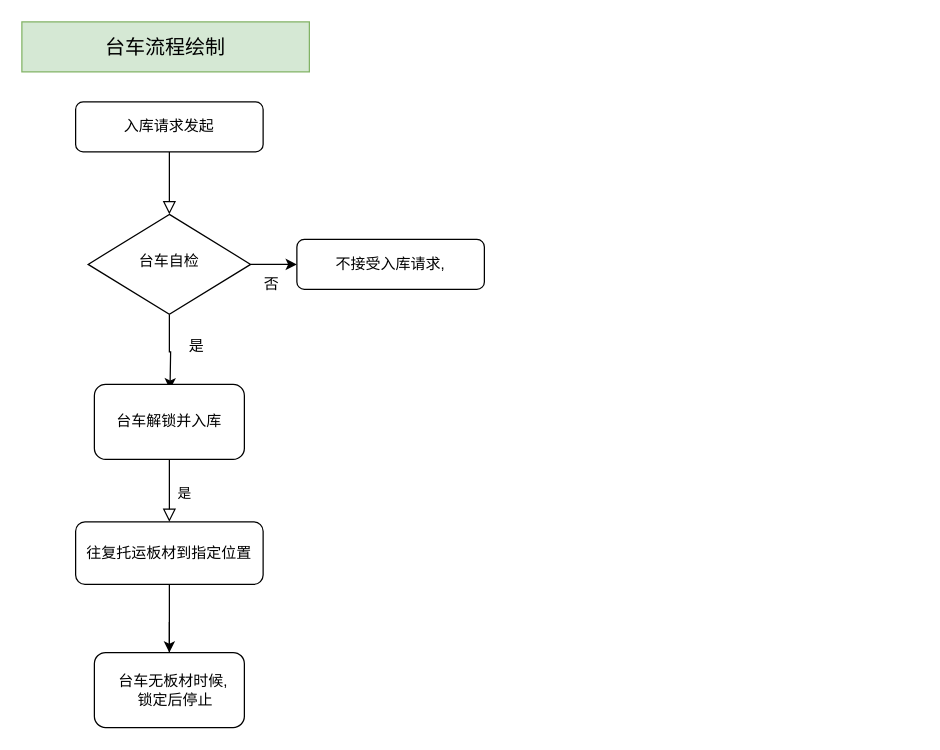
Earlier version of the draw.io diagram 未命名绘图.drawio (xiaoDingc/awesome-job). Source tidied: cells renumbered, new cells numbered last; positions are measured from the earlier drawing's top-left corner, leaving out a move shared by most shapes. Both pictures are drawn from the tidied source at 125%, with x=0, y=0 at pixel (21, 21).
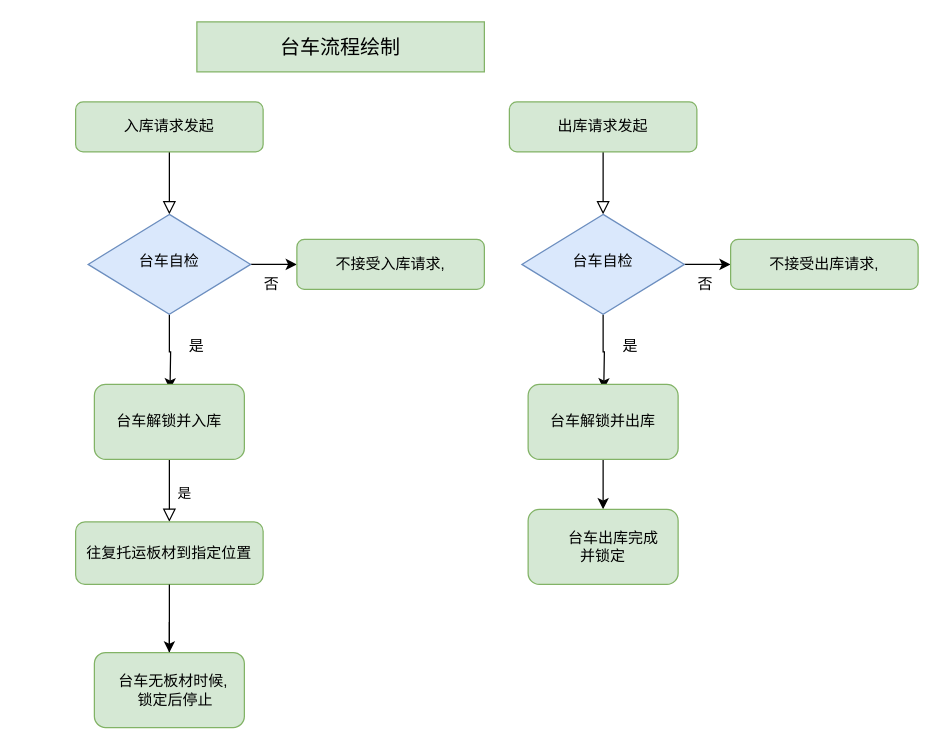
After the change.

Commit message (it also covers changes not shown here):
台车流程绘制.drawio

Diff of the diagram source:
```diff
@@
-    <mxCell id="3" value="入库请求发起" style="rounded=1;whiteSpace=wrap;html=1;fontSize=12;glass=0;strokeWidth=1;shadow=0;" parent="1" vertex="1">
+    <mxCell id="3" value="入库请求发起" style="rounded=1;whiteSpace=wrap;html=1;fontSize=12;glass=0;strokeWidth=1;shadow=0;fillColor=#d5e8d4;strokeColor=#82b366;" parent="1" vertex="1">
       <mxGeometry x="43" y="64" width="150" height="40" as="geometry" />
     </mxCell>
@@
-    <mxCell id="6" value="台车自检" style="rhombus;whiteSpace=wrap;html=1;shadow=0;fontFamily=Helvetica;fontSize=12;align=center;strokeWidth=1;spacing=6;spacingTop=-4;" parent="1" vertex="1">
+    <mxCell id="6" value="台车自检" style="rhombus;whiteSpace=wrap;html=1;shadow=0;fontFamily=Helvetica;fontSize=12;align=center;strokeWidth=1;spacing=6;spacingTop=-4;fillColor=#dae8fc;strokeColor=#6c8ebf;" parent="1" vertex="1">
       <mxGeometry x="53" y="154" width="130" height="80" as="geometry" />
     </mxCell>
-    <mxCell id="7" value="不接受入库请求," style="rounded=1;whiteSpace=wrap;html=1;fontSize=12;glass=0;strokeWidth=1;shadow=0;" parent="1" vertex="1">
+    <mxCell id="7" value="不接受入库请求," style="rounded=1;whiteSpace=wrap;html=1;fontSize=12;glass=0;strokeWidth=1;shadow=0;fillColor=#d5e8d4;strokeColor=#82b366;" parent="1" vertex="1">
       <mxGeometry x="220" y="174" width="150" height="40" as="geometry" />
     </mxCell>
@@
-    <mxCell id="10" value="往复托运板材到指定位置" style="rounded=1;whiteSpace=wrap;html=1;fontSize=12;glass=0;strokeWidth=1;shadow=0;" parent="1" vertex="1">
+    <mxCell id="10" value="往复托运板材到指定位置" style="rounded=1;whiteSpace=wrap;html=1;fontSize=12;glass=0;strokeWidth=1;shadow=0;fillColor=#d5e8d4;strokeColor=#82b366;" parent="1" vertex="1">
       <mxGeometry x="43" y="400" width="150" height="50" as="geometry" />
     </mxCell>
     <mxCell id="11" value="&lt;font style=&quot;font-size: 16px&quot;&gt;台车流程绘制&lt;/font&gt;" style="text;html=1;strokeColor=#82b366;fillColor=#d5e8d4;align=center;verticalAlign=middle;whiteSpace=wrap;rounded=0;" parent="1" vertex="1">
-      <mxGeometry width="230" height="40" as="geometry" />
+      <mxGeometry x="140" width="230" height="40" as="geometry" />
     </mxCell>
@@
-    <mxCell id="14" value="&lt;span&gt;台车解锁并入库&lt;/span&gt;" style="rounded=1;whiteSpace=wrap;html=1;" parent="1" vertex="1">
+    <mxCell id="14" value="&lt;span&gt;台车解锁并入库&lt;/span&gt;" style="rounded=1;whiteSpace=wrap;html=1;fillColor=#d5e8d4;strokeColor=#82b366;" parent="1" vertex="1">
       <mxGeometry x="58" y="290" width="120" height="60" as="geometry" />
     </mxCell>
-    <mxCell id="15" value="&amp;nbsp; &amp;nbsp; &amp;nbsp;台车无板材时候,&amp;nbsp; &amp;nbsp; &amp;nbsp; &amp;nbsp;锁定后停止" style="rounded=1;whiteSpace=wrap;html=1;" parent="1" vertex="1">
+    <mxCell id="15" value="&amp;nbsp; &amp;nbsp; &amp;nbsp;台车无板材时候,&amp;nbsp; &amp;nbsp; &amp;nbsp; &amp;nbsp;锁定后停止" style="rounded=1;whiteSpace=wrap;html=1;fillColor=#d5e8d4;strokeColor=#82b366;" parent="1" vertex="1">
       <mxGeometry x="58" y="504.5" width="120" height="60" as="geometry" />
     </mxCell>
@@
+    <mxCell id="17" style="rounded=0;html=1;jettySize=auto;fontSize=11;endArrow=block;endFill=0;endSize=8;strokeWidth=1;shadow=0;labelBackgroundColor=none;edgeStyle=orthogonalEdgeStyle;" parent="1" edge="1" source="18" target="21">
+      <mxGeometry relative="1" as="geometry" />
+    </mxCell>
+    <mxCell id="18" value="出库请求发起" style="rounded=1;whiteSpace=wrap;html=1;fontSize=12;glass=0;strokeWidth=1;shadow=0;fillColor=#d5e8d4;strokeColor=#82b366;" parent="1" vertex="1">
+      <mxGeometry x="390" y="64" width="150" height="40" as="geometry" />
+    </mxCell>
+    <mxCell id="19" style="edgeStyle=orthogonalEdgeStyle;rounded=0;jettySize=auto;html=1;" parent="1" edge="1" source="21" target="22">
+      <mxGeometry relative="1" as="geometry" />
+    </mxCell>
+    <mxCell id="20" style="edgeStyle=orthogonalEdgeStyle;rounded=0;jettySize=auto;html=1;exitX=0.5;exitY=1;exitDx=0;exitDy=0;entryX=0.5;entryY=0;entryDx=0;entryDy=0;" parent="1" edge="1" source="21">
+      <mxGeometry relative="1" as="geometry">
+        <mxPoint x="465.5" y="294" as="targetPoint" />
+      </mxGeometry>
+    </mxCell>
+    <mxCell id="21" value="台车自检" style="rhombus;whiteSpace=wrap;html=1;shadow=0;fontFamily=Helvetica;fontSize=12;align=center;strokeWidth=1;spacing=6;spacingTop=-4;fillColor=#dae8fc;strokeColor=#6c8ebf;" parent="1" vertex="1">
+      <mxGeometry x="400" y="154" width="130" height="80" as="geometry" />
+    </mxCell>
+    <mxCell id="22" value="不接受出库请求," style="rounded=1;whiteSpace=wrap;html=1;fontSize=12;glass=0;strokeWidth=1;shadow=0;fillColor=#d5e8d4;strokeColor=#82b366;" parent="1" vertex="1">
+      <mxGeometry x="567" y="174" width="150" height="40" as="geometry" />
+    </mxCell>
+    <mxCell id="23" value="否" style="text;html=1;strokeColor=none;fillColor=none;align=center;verticalAlign=middle;whiteSpace=wrap;rounded=0;" parent="1" vertex="1">
+      <mxGeometry x="527" y="200" width="40" height="20" as="geometry" />
+    </mxCell>
+    <mxCell id="24" value="是" style="text;html=1;strokeColor=none;fillColor=none;align=center;verticalAlign=middle;whiteSpace=wrap;rounded=0;" parent="1" vertex="1">
+      <mxGeometry x="467" y="250" width="40" height="20" as="geometry" />
+    </mxCell>
+    <mxCell id="25" style="edgeStyle=orthogonalEdgeStyle;rounded=0;jettySize=auto;html=1;" parent="1" edge="1" source="26" target="27">
+      <mxGeometry relative="1" as="geometry" />
+    </mxCell>
+    <mxCell id="26" value="&lt;span&gt;台车解锁并出库&lt;/span&gt;" style="rounded=1;whiteSpace=wrap;html=1;fillColor=#d5e8d4;strokeColor=#82b366;" parent="1" vertex="1">
+      <mxGeometry x="405" y="290" width="120" height="60" as="geometry" />
+    </mxCell>
+    <mxCell id="27" value="&amp;nbsp; &amp;nbsp; &amp;nbsp;台车出库完成&lt;br&gt;并锁定" style="rounded=1;whiteSpace=wrap;html=1;fillColor=#d5e8d4;strokeColor=#82b366;" parent="1" vertex="1">
+      <mxGeometry x="405" y="390" width="120" height="60" as="geometry" />
+    </mxCell>
```
